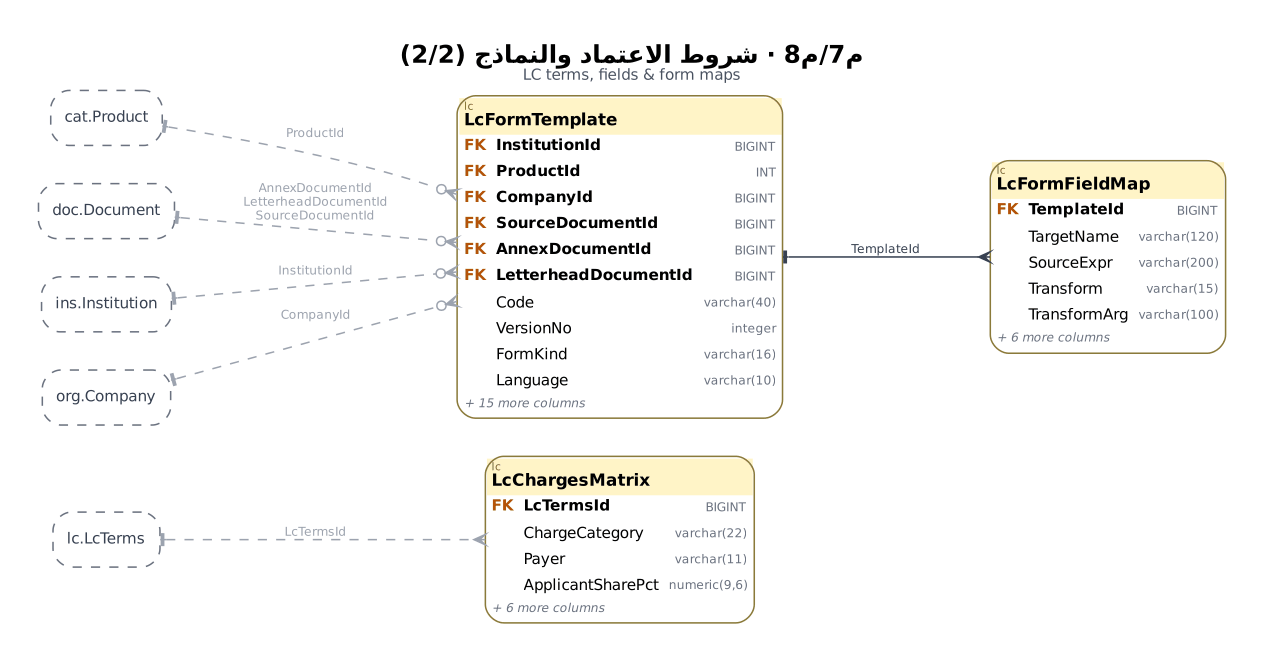
This is treasury-platform/docs/diagrams/pro/m7_8_lc_terms_2.png from thawrasy/smartlines, a Graphviz export, as it was before one commit. Its source is kept beside it as treasury-platform/docs/diagrams/pro/src/m7_8_lc_terms_2.dot.
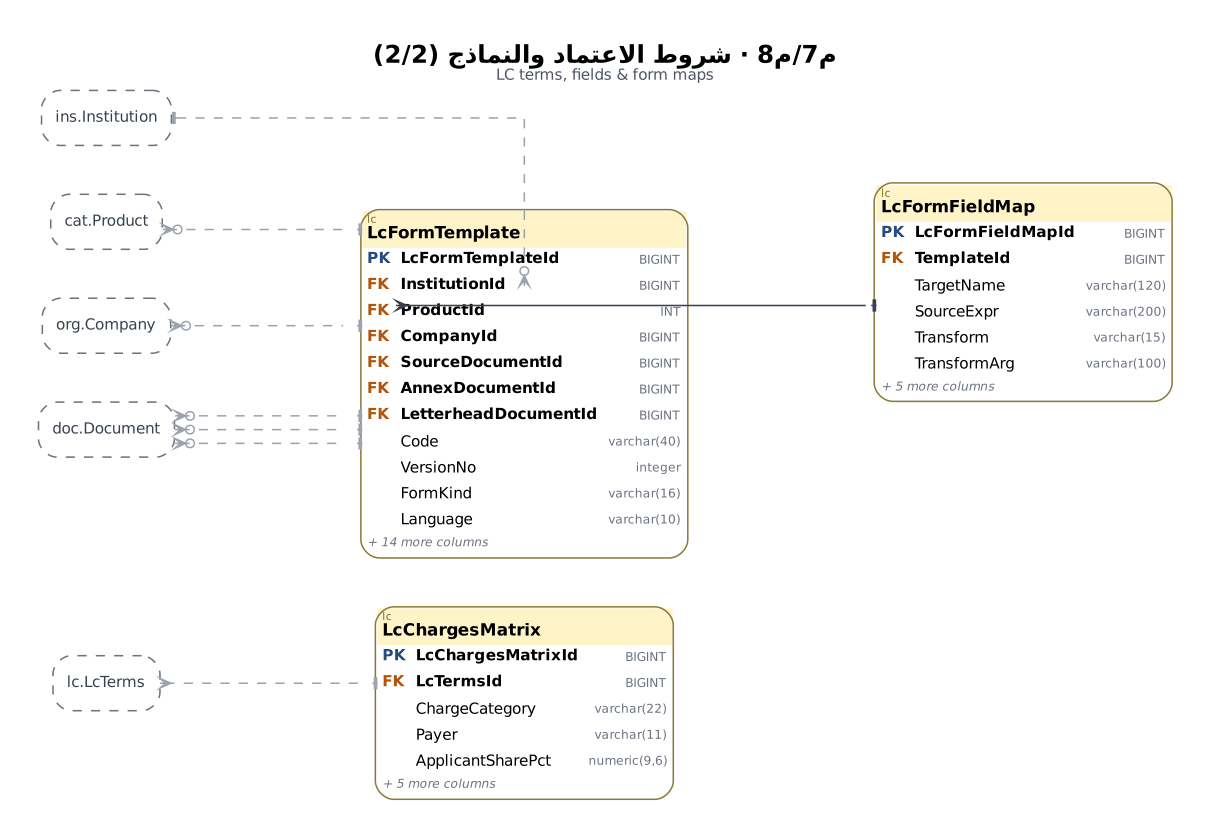
After the change.

The edit, as a diff of the source:
```diff
@@ -1,19 +1,21 @@
 digraph G {
-  graph [fontname="DejaVu Sans", label=<<B><FONT POINT-SIZE="16">م7/م8 · شروط الاعتماد والنماذج (2/2)</FONT></B><BR/><FONT POINT-SIZE="10" COLOR="#4B5563">LC terms, fields &amp; form maps</FONT>>, labelloc=t, rankdir=LR, splines=true, nodesep=0.35, ranksep=1.25, pad=0.35, bgcolor="white", dpi=110];
+  graph [fontname="DejaVu Sans", label=<<B><FONT POINT-SIZE="16">م7/م8 · شروط الاعتماد والنماذج (2/2)</FONT></B><BR/><FONT POINT-SIZE="10" COLOR="#4B5563">LC terms, fields &amp; form maps</FONT>>, labelloc=t, rankdir=LR, splines=ortho, nodesep=0.45, ranksep=1.7, pad=0.35, bgcolor="white", dpi=110];
   node [fontname="DejaVu Sans", fontsize=10];
   edge [fontname="DejaVu Sans", fontsize=8, color="#374151", arrowsize=0.75];
-  "lc.LcChargesMatrix" [shape=plain, label=<<TABLE BORDER="1" COLOR="#8A7A3A" CELLBORDER="0" CELLSPACING="0" CELLPADDING="3" STYLE="rounded" BGCOLOR="white"><TR><TD COLSPAN="3" BGCOLOR="#FFF4C7" ALIGN="LEFT"><FONT POINT-SIZE="7" COLOR="#7A6A2E">lc</FONT><BR ALIGN="LEFT"/><FONT POINT-SIZE="11"><B>LcChargesMatrix</B></FONT></TD></TR><TR><TD ALIGN="LEFT"><FONT COLOR="#B45309"><B>FK</B></FONT></TD><TD ALIGN="LEFT"><B>LcTermsId</B></TD><TD ALIGN="RIGHT"><FONT COLOR="#6B7280" POINT-SIZE="8">BIGINT</FONT></TD></TR><TR><TD ALIGN="LEFT"></TD><TD ALIGN="LEFT">ChargeCategory</TD><TD ALIGN="RIGHT"><FONT COLOR="#6B7280" POINT-SIZE="8">varchar(22)</FONT></TD></TR><TR><TD ALIGN="LEFT"></TD><TD ALIGN="LEFT">Payer</TD><TD ALIGN="RIGHT"><FONT COLOR="#6B7280" POINT-SIZE="8">varchar(11)</FONT></TD></TR><TR><TD ALIGN="LEFT"></TD><TD ALIGN="LEFT">ApplicantSharePct</TD><TD ALIGN="RIGHT"><FONT COLOR="#6B7280" POINT-SIZE="8">numeric(9,6)</FONT></TD></TR><TR><TD COLSPAN="3" ALIGN="LEFT"><FONT POINT-SIZE="8" COLOR="#6B7280"><I>+ 6 more columns</I></FONT></TD></TR></TABLE>>];
-  "lc.LcFormTemplate" [shape=plain, label=<<TABLE BORDER="1" COLOR="#8A7A3A" CELLBORDER="0" CELLSPACING="0" CELLPADDING="3" STYLE="rounded" BGCOLOR="white"><TR><TD COLSPAN="3" BGCOLOR="#FFF4C7" ALIGN="LEFT"><FONT POINT-SIZE="7" COLOR="#7A6A2E">lc</FONT><BR ALIGN="LEFT"/><FONT POINT-SIZE="11"><B>LcFormTemplate</B></FONT></TD></TR><TR><TD ALIGN="LEFT"><FONT COLOR="#B45309"><B>FK</B></FONT></TD><TD ALIGN="LEFT"><B>InstitutionId</B></TD><TD ALIGN="RIGHT"><FONT COLOR="#6B7280" POINT-SIZE="8">BIGINT</FONT></TD></TR><TR><TD ALIGN="LEFT"><FONT COLOR="#B45309"><B>FK</B></FONT></TD><TD ALIGN="LEFT"><B>ProductId</B></TD><TD ALIGN="RIGHT"><FONT COLOR="#6B7280" POINT-SIZE="8">INT</FONT></TD></TR><TR><TD ALIGN="LEFT"><FONT COLOR="#B45309"><B>FK</B></FONT></TD><TD ALIGN="LEFT"><B>CompanyId</B></TD><TD ALIGN="RIGHT"><FONT COLOR="#6B7280" POINT-SIZE="8">BIGINT</FONT></TD></TR><TR><TD ALIGN="LEFT"><FONT COLOR="#B45309"><B>FK</B></FONT></TD><TD ALIGN="LEFT"><B>SourceDocumentId</B></TD><TD ALIGN="RIGHT"><FONT COLOR="#6B7280" POINT-SIZE="8">BIGINT</FONT></TD></TR><TR><TD ALIGN="LEFT"><FONT COLOR="#B45309"><B>FK</B></FONT></TD><TD ALIGN="LEFT"><B>AnnexDocumentId</B></TD><TD ALIGN="RIGHT"><FONT COLOR="#6B7280" POINT-SIZE="8">BIGINT</FONT></TD></TR><TR><TD ALIGN="LEFT"><FONT COLOR="#B45309"><B>FK</B></FONT></TD><TD ALIGN="LEFT"><B>LetterheadDocumentId</B></TD><TD ALIGN="RIGHT"><FONT COLOR="#6B7280" POINT-SIZE="8">BIGINT</FONT></TD></TR><TR><TD ALIGN="LEFT"></TD><TD ALIGN="LEFT">Code</TD><TD ALIGN="RIGHT"><FONT COLOR="#6B7280" POINT-SIZE="8">varchar(40)</FONT></TD></TR><TR><TD ALIGN="LEFT"></TD><TD ALIGN="LEFT">VersionNo</TD><TD ALIGN="RIGHT"><FONT COLOR="#6B7280" POINT-SIZE="8">integer</FONT></TD></TR><TR><TD ALIGN="LEFT"></TD><TD ALIGN="LEFT">FormKind</TD><TD ALIGN="RIGHT"><FONT COLOR="#6B7280" POINT-SIZE="8">varchar(16)</FONT></TD></TR><TR><TD ALIGN="LEFT"></TD><TD ALIGN="LEFT">Language</TD><TD ALIGN="RIGHT"><FONT COLOR="#6B7280" POINT-SIZE="8">varchar(10)</FONT></TD></TR><TR><TD COLSPAN="3" ALIGN="LEFT"><FONT POINT-SIZE="8" COLOR="#6B7280"><I>+ 15 more columns</I></FONT></TD></TR></TABLE>>];
-  "lc.LcFormFieldMap" [shape=plain, label=<<TABLE BORDER="1" COLOR="#8A7A3A" CELLBORDER="0" CELLSPACING="0" CELLPADDING="3" STYLE="rounded" BGCOLOR="white"><TR><TD COLSPAN="3" BGCOLOR="#FFF4C7" ALIGN="LEFT"><FONT POINT-SIZE="7" COLOR="#7A6A2E">lc</FONT><BR ALIGN="LEFT"/><FONT POINT-SIZE="11"><B>LcFormFieldMap</B></FONT></TD></TR><TR><TD ALIGN="LEFT"><FONT COLOR="#B45309"><B>FK</B></FONT></TD><TD ALIGN="LEFT"><B>TemplateId</B></TD><TD ALIGN="RIGHT"><FONT COLOR="#6B7280" POINT-SIZE="8">BIGINT</FONT></TD></TR><TR><TD ALIGN="LEFT"></TD><TD ALIGN="LEFT">TargetName</TD><TD ALIGN="RIGHT"><FONT COLOR="#6B7280" POINT-SIZE="8">varchar(120)</FONT></TD></TR><TR><TD ALIGN="LEFT"></TD><TD ALIGN="LEFT">SourceExpr</TD><TD ALIGN="RIGHT"><FONT COLOR="#6B7280" POINT-SIZE="8">varchar(200)</FONT></TD></TR><TR><TD ALIGN="LEFT"></TD><TD ALIGN="LEFT">Transform</TD><TD ALIGN="RIGHT"><FONT COLOR="#6B7280" POINT-SIZE="8">varchar(15)</FONT></TD></TR><TR><TD ALIGN="LEFT"></TD><TD ALIGN="LEFT">TransformArg</TD><TD ALIGN="RIGHT"><FONT COLOR="#6B7280" POINT-SIZE="8">varchar(100)</FONT></TD></TR><TR><TD COLSPAN="3" ALIGN="LEFT"><FONT POINT-SIZE="8" COLOR="#6B7280"><I>+ 6 more columns</I></FONT></TD></TR></TABLE>>];
+  "lc.LcChargesMatrix" [shape=plain, label=<<TABLE BORDER="1" COLOR="#8A7A3A" CELLBORDER="0" CELLSPACING="0" CELLPADDING="3" STYLE="rounded" BGCOLOR="white"><TR><TD COLSPAN="3" BGCOLOR="#FFF4C7" ALIGN="LEFT"><FONT POINT-SIZE="7" COLOR="#7A6A2E">lc</FONT><BR ALIGN="LEFT"/><FONT POINT-SIZE="11"><B>LcChargesMatrix</B></FONT></TD></TR><TR><TD ALIGN="LEFT" PORT="LcChargesMatrixId"><FONT COLOR="#1D4E89"><B>PK</B></FONT></TD><TD ALIGN="LEFT" PORT="LcChargesMatrixId"><B>LcChargesMatrixId</B></TD><TD ALIGN="RIGHT" PORT="LcChargesMatrixId"><FONT COLOR="#6B7280" POINT-SIZE="8">BIGINT</FONT></TD></TR><TR><TD ALIGN="LEFT" PORT="LcTermsId"><FONT COLOR="#B45309"><B>FK</B></FONT></TD><TD ALIGN="LEFT" PORT="LcTermsId"><B>LcTermsId</B></TD><TD ALIGN="RIGHT" PORT="LcTermsId"><FONT COLOR="#6B7280" POINT-SIZE="8">BIGINT</FONT></TD></TR><TR><TD ALIGN="LEFT"></TD><TD ALIGN="LEFT">ChargeCategory</TD><TD ALIGN="RIGHT"><FONT COLOR="#6B7280" POINT-SIZE="8">varchar(22)</FONT></TD></TR><TR><TD ALIGN="LEFT"></TD><TD ALIGN="LEFT">Payer</TD><TD ALIGN="RIGHT"><FONT COLOR="#6B7280" POINT-SIZE="8">varchar(11)</FONT></TD></TR><TR><TD ALIGN="LEFT"></TD><TD ALIGN="LEFT">ApplicantSharePct</TD><TD ALIGN="RIGHT"><FONT COLOR="#6B7280" POINT-SIZE="8">numeric(9,6)</FONT></TD></TR><TR><TD COLSPAN="3" ALIGN="LEFT"><FONT POINT-SIZE="8" COLOR="#6B7280"><I>+ 5 more columns</I></FONT></TD></TR></TABLE>>];
+  "lc.LcFormTemplate" [shape=plain, label=<<TABLE BORDER="1" COLOR="#8A7A3A" CELLBORDER="0" CELLSPACING="0" CELLPADDING="3" STYLE="rounded" BGCOLOR="white"><TR><TD COLSPAN="3" BGCOLOR="#FFF4C7" ALIGN="LEFT"><FONT POINT-SIZE="7" COLOR="#7A6A2E">lc</FONT><BR ALIGN="LEFT"/><FONT POINT-SIZE="11"><B>LcFormTemplate</B></FONT></TD></TR><TR><TD ALIGN="LEFT" PORT="LcFormTemplateId"><FONT COLOR="#1D4E89"><B>PK</B></FONT></TD><TD ALIGN="LEFT" PORT="LcFormTemplateId"><B>LcFormTemplateId</B></TD><TD ALIGN="RIGHT" PORT="LcFormTemplateId"><FONT COLOR="#6B7280" POINT-SIZE="8">BIGINT</FONT></TD></TR><TR><TD ALIGN="LEFT" PORT="InstitutionId"><FONT COLOR="#B45309"><B>FK</B></FONT></TD><TD ALIGN="LEFT" PORT="InstitutionId"><B>InstitutionId</B></TD><TD ALIGN="RIGHT" PORT="InstitutionId"><FONT COLOR="#6B7280" POINT-SIZE="8">BIGINT</FONT></TD></TR><TR><TD ALIGN="LEFT" PORT="ProductId"><FONT COLOR="#B45309"><B>FK</B></FONT></TD><TD ALIGN="LEFT" PORT="ProductId"><B>ProductId</B></TD><TD ALIGN="RIGHT" PORT="ProductId"><FONT COLOR="#6B7280" POINT-SIZE="8">INT</FONT></TD></TR><TR><TD ALIGN="LEFT" PORT="CompanyId"><FONT COLOR="#B45309"><B>FK</B></FONT></TD><TD ALIGN="LEFT" PORT="CompanyId"><B>CompanyId</B></TD><TD ALIGN="RIGHT" PORT="CompanyId"><FONT COLOR="#6B7280" POINT-SIZE="8">BIGINT</FONT></TD></TR><TR><TD ALIGN="LEFT" PORT="SourceDocumentId"><FONT COLOR="#B45309"><B>FK</B></FONT></TD><TD ALIGN="LEFT" PORT="SourceDocumentId"><B>SourceDocumentId</B></TD><TD ALIGN="RIGHT" PORT="SourceDocumentId"><FONT COLOR="#6B7280" POINT-SIZE="8">BIGINT</FONT></TD></TR><TR><TD ALIGN="LEFT" PORT="AnnexDocumentId"><FONT COLOR="#B45309"><B>FK</B></FONT></TD><TD ALIGN="LEFT" PORT="AnnexDocumentId"><B>AnnexDocumentId</B></TD><TD ALIGN="RIGHT" PORT="AnnexDocumentId"><FONT COLOR="#6B7280" POINT-SIZE="8">BIGINT</FONT></TD></TR><TR><TD ALIGN="LEFT" PORT="LetterheadDocumentId"><FONT COLOR="#B45309"><B>FK</B></FONT></TD><TD ALIGN="LEFT" PORT="LetterheadDocumentId"><B>LetterheadDocumentId</B></TD><TD ALIGN="RIGHT" PORT="LetterheadDocumentId"><FONT COLOR="#6B7280" POINT-SIZE="8">BIGINT</FONT></TD></TR><TR><TD ALIGN="LEFT"></TD><TD ALIGN="LEFT">Code</TD><TD ALIGN="RIGHT"><FONT COLOR="#6B7280" POINT-SIZE="8">varchar(40)</FONT></TD></TR><TR><TD ALIGN="LEFT"></TD><TD ALIGN="LEFT">VersionNo</TD><TD ALIGN="RIGHT"><FONT COLOR="#6B7280" POINT-SIZE="8">integer</FONT></TD></TR><TR><TD ALIGN="LEFT"></TD><TD ALIGN="LEFT">FormKind</TD><TD ALIGN="RIGHT"><FONT COLOR="#6B7280" POINT-SIZE="8">varchar(16)</FONT></TD></TR><TR><TD ALIGN="LEFT"></TD><TD ALIGN="LEFT">Language</TD><TD ALIGN="RIGHT"><FONT COLOR="#6B7280" POINT-SIZE="8">varchar(10)</FONT></TD></TR><TR><TD COLSPAN="3" ALIGN="LEFT"><FONT POINT-SIZE="8" COLOR="#6B7280"><I>+ 14 more columns</I></FONT></TD></TR></TABLE>>];
+  "lc.LcFormFieldMap" [shape=plain, label=<<TABLE BORDER="1" COLOR="#8A7A3A" CELLBORDER="0" CELLSPACING="0" CELLPADDING="3" STYLE="rounded" BGCOLOR="white"><TR><TD COLSPAN="3" BGCOLOR="#FFF4C7" ALIGN="LEFT"><FONT POINT-SIZE="7" COLOR="#7A6A2E">lc</FONT><BR ALIGN="LEFT"/><FONT POINT-SIZE="11"><B>LcFormFieldMap</B></FONT></TD></TR><TR><TD ALIGN="LEFT" PORT="LcFormFieldMapId"><FONT COLOR="#1D4E89"><B>PK</B></FONT></TD><TD ALIGN="LEFT" PORT="LcFormFieldMapId"><B>LcFormFieldMapId</B></TD><TD ALIGN="RIGHT" PORT="LcFormFieldMapId"><FONT COLOR="#6B7280" POINT-SIZE="8">BIGINT</FONT></TD></TR><TR><TD ALIGN="LEFT" PORT="TemplateId"><FONT COLOR="#B45309"><B>FK</B></FONT></TD><TD ALIGN="LEFT" PORT="TemplateId"><B>TemplateId</B></TD><TD ALIGN="RIGHT" PORT="TemplateId"><FONT COLOR="#6B7280" POINT-SIZE="8">BIGINT</FONT></TD></TR><TR><TD ALIGN="LEFT"></TD><TD ALIGN="LEFT">TargetName</TD><TD ALIGN="RIGHT"><FONT COLOR="#6B7280" POINT-SIZE="8">varchar(120)</FONT></TD></TR><TR><TD ALIGN="LEFT"></TD><TD ALIGN="LEFT">SourceExpr</TD><TD ALIGN="RIGHT"><FONT COLOR="#6B7280" POINT-SIZE="8">varchar(200)</FONT></TD></TR><TR><TD ALIGN="LEFT"></TD><TD ALIGN="LEFT">Transform</TD><TD ALIGN="RIGHT"><FONT COLOR="#6B7280" POINT-SIZE="8">varchar(15)</FONT></TD></TR><TR><TD ALIGN="LEFT"></TD><TD ALIGN="LEFT">TransformArg</TD><TD ALIGN="RIGHT"><FONT COLOR="#6B7280" POINT-SIZE="8">varchar(100)</FONT></TD></TR><TR><TD COLSPAN="3" ALIGN="LEFT"><FONT POINT-SIZE="8" COLOR="#6B7280"><I>+ 5 more columns</I></FONT></TD></TR></TABLE>>];
   "cat.Product" [shape=box, style="rounded,dashed", color="#6B7280", fontcolor="#374151", margin="0.12,0.05", label="cat.Product"];
   "doc.Document" [shape=box, style="rounded,dashed", color="#6B7280", fontcolor="#374151", margin="0.12,0.05", label="doc.Document"];
   "ins.Institution" [shape=box, style="rounded,dashed", color="#6B7280", fontcolor="#374151", margin="0.12,0.05", label="ins.Institution"];
   "lc.LcTerms" [shape=box, style="rounded,dashed", color="#6B7280", fontcolor="#374151", margin="0.12,0.05", label="lc.LcTerms"];
   "org.Company" [shape=box, style="rounded,dashed", color="#6B7280", fontcolor="#374151", margin="0.12,0.05", label="org.Company"];
-  "cat.Product" -> "lc.LcFormTemplate" [dir=both, arrowtail=tee, arrowhead=crowodot, style=dashed, color="#9CA3AF", fontcolor="#9CA3AF", label="ProductId"];
-  "doc.Document" -> "lc.LcFormTemplate" [dir=both, arrowtail=tee, arrowhead=crowodot, style=dashed, color="#9CA3AF", fontcolor="#9CA3AF", label="AnnexDocumentId\nLetterheadDocumentId\nSourceDocumentId"];
-  "ins.Institution" -> "lc.LcFormTemplate" [dir=both, arrowtail=tee, arrowhead=crowodot, style=dashed, color="#9CA3AF", fontcolor="#9CA3AF", label="InstitutionId"];
-  "lc.LcFormTemplate" -> "lc.LcFormFieldMap" [dir=both, arrowtail=tee, arrowhead=crow, style=solid, color="#374151", fontcolor="#374151", label="TemplateId"];
-  "lc.LcTerms" -> "lc.LcChargesMatrix" [dir=both, arrowtail=tee, arrowhead=crow, style=dashed, color="#9CA3AF", fontcolor="#9CA3AF", label="LcTermsId"];
-  "org.Company" -> "lc.LcFormTemplate" [dir=both, arrowtail=tee, arrowhead=crowodot, style=dashed, color="#9CA3AF", fontcolor="#9CA3AF", label="CompanyId"];
+  "lc.LcTerms" -> "lc.LcChargesMatrix":"LcTermsId":w [dir=both, arrowtail=tee, arrowhead=crow, style=dashed, color="#9CA3AF", arrowsize=0.7];
+  "ins.Institution" -> "lc.LcFormTemplate":"InstitutionId":w [dir=both, arrowtail=tee, arrowhead=crowodot, style=dashed, color="#9CA3AF", arrowsize=0.7];
+  "cat.Product" -> "lc.LcFormTemplate":"ProductId":w [dir=both, arrowtail=tee, arrowhead=crowodot, style=dashed, color="#9CA3AF", arrowsize=0.7];
+  "org.Company" -> "lc.LcFormTemplate":"CompanyId":w [dir=both, arrowtail=tee, arrowhead=crowodot, style=dashed, color="#9CA3AF", arrowsize=0.7];
+  "doc.Document" -> "lc.LcFormTemplate":"SourceDocumentId":w [dir=both, arrowtail=tee, arrowhead=crowodot, style=dashed, color="#9CA3AF", arrowsize=0.7];
+  "doc.Document" -> "lc.LcFormTemplate":"AnnexDocumentId":w [dir=both, arrowtail=tee, arrowhead=crowodot, style=dashed, color="#9CA3AF", arrowsize=0.7];
+  "doc.Document" -> "lc.LcFormTemplate":"LetterheadDocumentId":w [dir=both, arrowtail=tee, arrowhead=crowodot, style=dashed, color="#9CA3AF", arrowsize=0.7];
+  "lc.LcFormTemplate":"LcFormTemplateId":e -> "lc.LcFormFieldMap":"TemplateId":w [dir=both, arrowtail=tee, arrowhead=crow, style=solid, color="#374151", arrowsize=0.7];
 }
```
